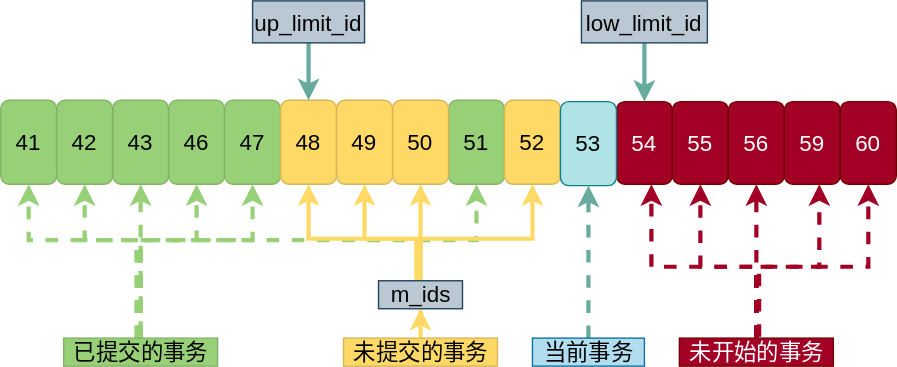
Earlier version of the draw.io export images/7/consistent_read_view.svg (LeanLeeOne/notes). Source tidied: cells renumbered, new cells last; positions are measured from the earlier drawing's top-left corner, leaving out a move shared by most shapes.
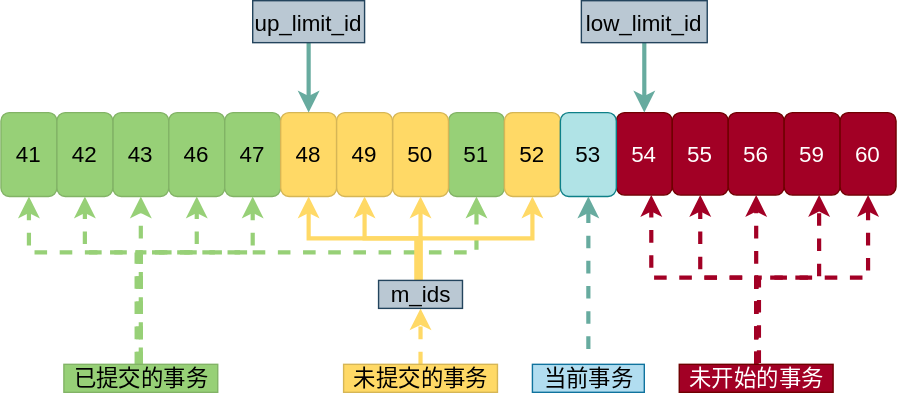
Later version of the same file.

Diff of the diagram source:
```diff
@@ -6,7 +6,7 @@
       <mxGeometry x="80" y="80" width="40" height="60" as="geometry" />
     </mxCell>
     <mxCell id="3" value="54" style="rounded=1;whiteSpace=wrap;html=1;fillColor=#a20025;strokeColor=#6F0000;fontColor=#ffffff;sketch=0;fontSize=16;" parent="1" vertex="1">
-      <mxGeometry x="440" y="72" width="40" height="59" as="geometry" />
+      <mxGeometry x="440" y="80" width="40" height="59" as="geometry" />
     </mxCell>
     <mxCell id="4" value="41" style="rounded=1;whiteSpace=wrap;html=1;fillColor=#97D077;strokeColor=#82b366;sketch=0;fontSize=16;" parent="1" vertex="1">
       <mxGeometry y="80" width="40" height="60" as="geometry" />
@@ -27,13 +27,13 @@
       <mxGeometry x="360" y="80" width="40" height="60" as="geometry" />
     </mxCell>
     <mxCell id="10" value="55" style="rounded=1;whiteSpace=wrap;html=1;fillColor=#a20025;strokeColor=#6F0000;fontColor=#ffffff;sketch=0;fontSize=16;" parent="1" vertex="1">
-      <mxGeometry x="480" y="72" width="40" height="59" as="geometry" />
+      <mxGeometry x="480" y="80" width="40" height="59" as="geometry" />
     </mxCell>
     <mxCell id="11" value="56" style="rounded=1;whiteSpace=wrap;html=1;fillColor=#a20025;strokeColor=#6F0000;fontColor=#ffffff;sketch=0;fontSize=16;" parent="1" vertex="1">
-      <mxGeometry x="520" y="72" width="40" height="59" as="geometry" />
+      <mxGeometry x="520" y="80" width="40" height="59" as="geometry" />
     </mxCell>
     <mxCell id="12" value="59" style="rounded=1;whiteSpace=wrap;html=1;fillColor=#a20025;strokeColor=#6F0000;fontColor=#ffffff;sketch=0;fontSize=16;" parent="1" vertex="1">
-      <mxGeometry x="560" y="72" width="40" height="59" as="geometry" />
+      <mxGeometry x="560" y="80" width="40" height="59" as="geometry" />
     </mxCell>
     <mxCell id="13" style="edgeStyle=orthogonalEdgeStyle;rounded=0;sketch=0;jettySize=auto;html=1;fontSize=16;strokeWidth=3;dashed=1;strokeColor=#A20025;" parent="1" edge="1" source="18" target="11">
       <mxGeometry relative="1" as="geometry" />
@@ -41,38 +41,38 @@
     <mxCell id="14" style="edgeStyle=orthogonalEdgeStyle;rounded=0;sketch=0;jettySize=auto;html=1;fontSize=16;strokeWidth=3;dashed=1;strokeColor=#A20025;" parent="1" edge="1" source="18" target="12">
       <mxGeometry relative="1" as="geometry">
         <Array as="points">
-          <mxPoint x="540" y="190" />
-          <mxPoint x="585" y="190" />
+          <mxPoint x="540" y="198" />
+          <mxPoint x="585" y="198" />
         </Array>
       </mxGeometry>
     </mxCell>
     <mxCell id="15" style="edgeStyle=orthogonalEdgeStyle;rounded=0;sketch=0;jettySize=auto;html=1;fontSize=16;strokeWidth=3;exitX=0.518;exitY=-0.05;exitDx=0;exitDy=0;exitPerimeter=0;dashed=1;strokeColor=#A20025;" parent="1" edge="1" source="18" target="22">
       <mxGeometry relative="1" as="geometry">
         <Array as="points">
-          <mxPoint x="542" y="190" />
-          <mxPoint x="620" y="190" />
+          <mxPoint x="542" y="198" />
+          <mxPoint x="620" y="198" />
         </Array>
       </mxGeometry>
     </mxCell>
     <mxCell id="16" style="edgeStyle=orthogonalEdgeStyle;rounded=0;sketch=0;jettySize=auto;html=1;fontSize=16;strokeWidth=3;dashed=1;strokeColor=#A20025;" parent="1" edge="1" source="18" target="10">
       <mxGeometry relative="1" as="geometry">
         <Array as="points">
-          <mxPoint x="540" y="190" />
-          <mxPoint x="500" y="190" />
+          <mxPoint x="540" y="198" />
+          <mxPoint x="500" y="198" />
         </Array>
       </mxGeometry>
     </mxCell>
     <mxCell id="17" style="edgeStyle=orthogonalEdgeStyle;rounded=0;sketch=0;jettySize=auto;html=1;entryX=0.5;entryY=1;entryDx=0;entryDy=0;fontSize=16;strokeWidth=3;dashed=1;strokeColor=#A20025;" parent="1" edge="1" source="18">
       <mxGeometry relative="1" as="geometry">
-        <mxPoint x="465" y="131" as="targetPoint" />
+        <mxPoint x="465" y="139" as="targetPoint" />
         <Array as="points">
-          <mxPoint x="540" y="190" />
-          <mxPoint x="465" y="190" />
+          <mxPoint x="540" y="198" />
+          <mxPoint x="465" y="198" />
         </Array>
       </mxGeometry>
     </mxCell>
     <mxCell id="18" value="&lt;font color=&quot;#ffffff&quot; style=&quot;font-size: 16px;&quot;&gt;未开始的事务&lt;/font&gt;" style="text;html=1;align=center;verticalAlign=middle;points=[];strokeColor=#6F0000;fillColor=#a20025;fontColor=#ffffff;sketch=0;fontSize=16;" parent="1" vertex="1">
-      <mxGeometry x="485" y="241" width="110" height="20" as="geometry" />
+      <mxGeometry x="485" y="260" width="110" height="20" as="geometry" />
     </mxCell>
     <mxCell id="19" value="50" style="rounded=1;whiteSpace=wrap;html=1;fillColor=#FFD966;strokeColor=#d6b656;sketch=0;fontSize=16;" parent="1" vertex="1">
       <mxGeometry x="280" y="80" width="40" height="60" as="geometry" />
@@ -84,7 +84,7 @@
       <mxGeometry x="240" y="80" width="40" height="60" as="geometry" />
     </mxCell>
     <mxCell id="22" value="60" style="rounded=1;whiteSpace=wrap;html=1;fillColor=#a20025;strokeColor=#6F0000;fontColor=#ffffff;sketch=0;fontSize=16;" parent="1" vertex="1">
-      <mxGeometry x="600" y="72" width="40" height="59" as="geometry" />
+      <mxGeometry x="600" y="80" width="40" height="59" as="geometry" />
     </mxCell>
     <mxCell id="23" style="edgeStyle=orthogonalEdgeStyle;rounded=0;jettySize=auto;html=1;strokeWidth=3;sketch=0;fontSize=16;strokeColor=#67AB9F;" parent="1" edge="1" source="24" target="20">
       <mxGeometry relative="1" as="geometry" />
@@ -142,13 +142,13 @@
       </mxGeometry>
     </mxCell>
     <mxCell id="33" value="已提交的事务" style="text;html=1;align=center;verticalAlign=middle;points=[];strokeColor=#82b366;fillColor=#97D077;sketch=0;fontSize=16;" parent="1" vertex="1">
-      <mxGeometry x="45" y="250" width="110" height="20" as="geometry" />
+      <mxGeometry x="45" y="260" width="110" height="20" as="geometry" />
     </mxCell>
     <mxCell id="34" style="edgeStyle=orthogonalEdgeStyle;rounded=0;sketch=0;jettySize=auto;html=1;entryX=0.5;entryY=1;entryDx=0;entryDy=0;entryPerimeter=0;strokeWidth=3;fontSize=16;strokeColor=#FFD966;dashed=1;" parent="1" edge="1" source="35" target="40">
       <mxGeometry relative="1" as="geometry" />
     </mxCell>
     <mxCell id="35" value="未提交的事务" style="text;html=1;align=center;verticalAlign=middle;points=[];strokeColor=#d6b656;fillColor=#FFD966;sketch=0;fontSize=16;" parent="1" vertex="1">
-      <mxGeometry x="245" y="250" width="110" height="20" as="geometry" />
+      <mxGeometry x="245" y="260" width="110" height="20" as="geometry" />
     </mxCell>
     <mxCell id="36" style="edgeStyle=orthogonalEdgeStyle;rounded=0;sketch=0;jettySize=auto;html=1;entryX=0.5;entryY=1;entryDx=0;entryDy=0;strokeWidth=3;exitX=0.475;exitY=-0.05;exitDx=0;exitDy=0;exitPerimeter=0;fontSize=16;strokeColor=#FFD966;" parent="1" edge="1" source="40" target="20">
       <mxGeometry relative="1" as="geometry">
@@ -181,13 +181,15 @@
       <mxGeometry x="270" y="200" width="60" height="20" as="geometry" />
     </mxCell>
     <mxCell id="41" value="53" style="rounded=1;whiteSpace=wrap;html=1;fillColor=#b0e3e6;strokeColor=#0e8088;sketch=0;fontSize=16;" parent="1" vertex="1">
-      <mxGeometry x="400" y="72" width="40" height="60" as="geometry" />
+      <mxGeometry x="400" y="80" width="40" height="60" as="geometry" />
     </mxCell>
-    <mxCell id="42" style="edgeStyle=orthogonalEdgeStyle;rounded=0;sketch=0;jettySize=auto;html=1;entryX=0.5;entryY=1;entryDx=0;entryDy=0;dashed=1;fontSize=16;strokeColor=#67AB9F;strokeWidth=3;" parent="1" edge="1" source="43" target="41">
-      <mxGeometry relative="1" as="geometry" />
+    <mxCell id="42" style="edgeStyle=orthogonalEdgeStyle;rounded=0;sketch=0;jettySize=auto;html=1;entryX=0.5;entryY=1;entryDx=0;entryDy=0;dashed=1;fontSize=16;strokeColor=#67AB9F;strokeWidth=3;" parent="1" edge="1" target="41">
+      <mxGeometry relative="1" as="geometry">
+        <mxPoint x="420" y="249" as="sourcePoint" />
+      </mxGeometry>
     </mxCell>
     <mxCell id="43" value="当前事务" style="text;html=1;align=center;verticalAlign=middle;points=[];strokeColor=#10739e;fillColor=#b1ddf0;sketch=0;fontSize=16;" parent="1" vertex="1">
-      <mxGeometry x="380" y="241" width="80" height="20" as="geometry" />
+      <mxGeometry x="380" y="260" width="80" height="20" as="geometry" />
     </mxCell>
   </root>
 </mxGraphModel>
```
